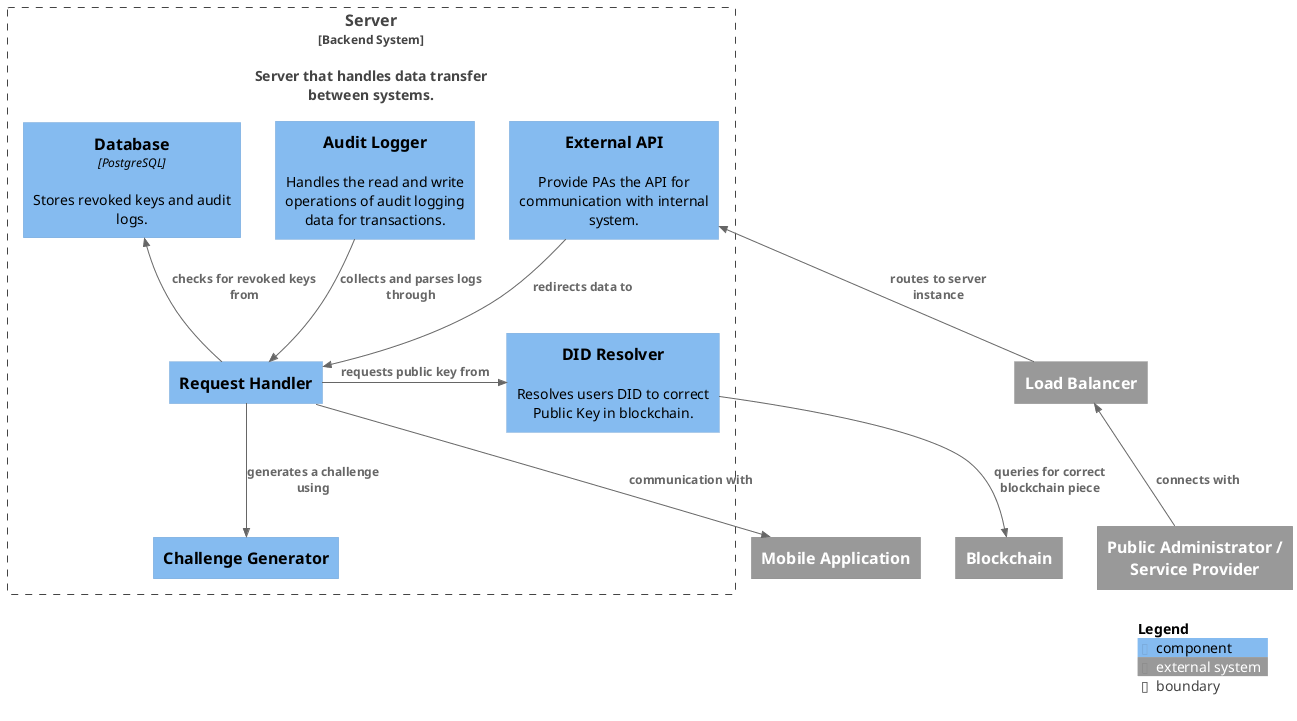
Above: images/BackendComponent.png in Dorfultariant/Architecture_Diagrams (PlantUML), before the change.
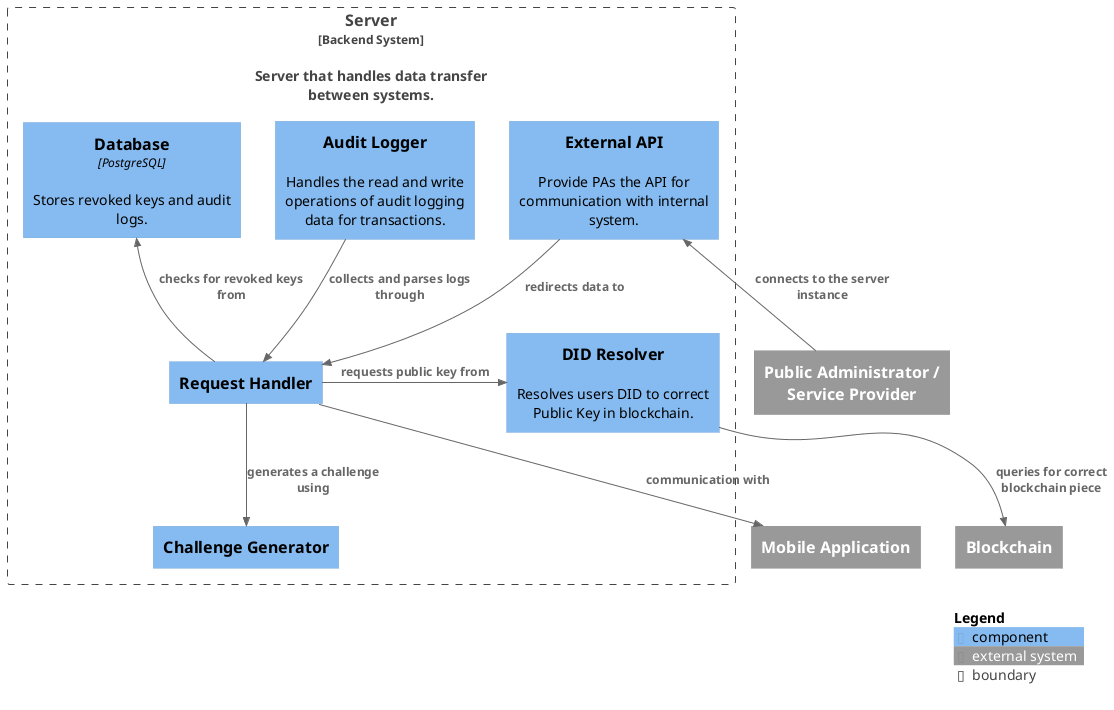
Above is the later version.

Diff of the diagram source:
```diff
@@ -4,7 +4,6 @@
 System_Ext(bc, "Blockchain")
 System_Ext(ma, "Mobile Application")
 System_Ext(pa, "Public Administrator / Service Provider")
-System_Ext(lb, "Load Balancer")
 
 Boundary(backend, "Server", "Backend System", "", "", "Server that handles data transfer between systems.") {
     Component(RH, "Request Handler")
@@ -17,8 +16,7 @@
     Rel(RH, challenger, "generates a challenge using")
     Rel(at, RH, "collects and parses logs through")
     Rel(ext_api, RH, "redirects data to")
-    Rel_U(pa, lb, "connects with")
-    Rel_U(lb, ext_api, "routes to server instance")
+    Rel_U(pa, ext_api, "connects to the server instance")
     Rel(RH, ma, "communication with")
     Rel_U(RH, DB, "checks for revoked keys from")
     Rel_R(RH, resolver, "requests public key from")
```
